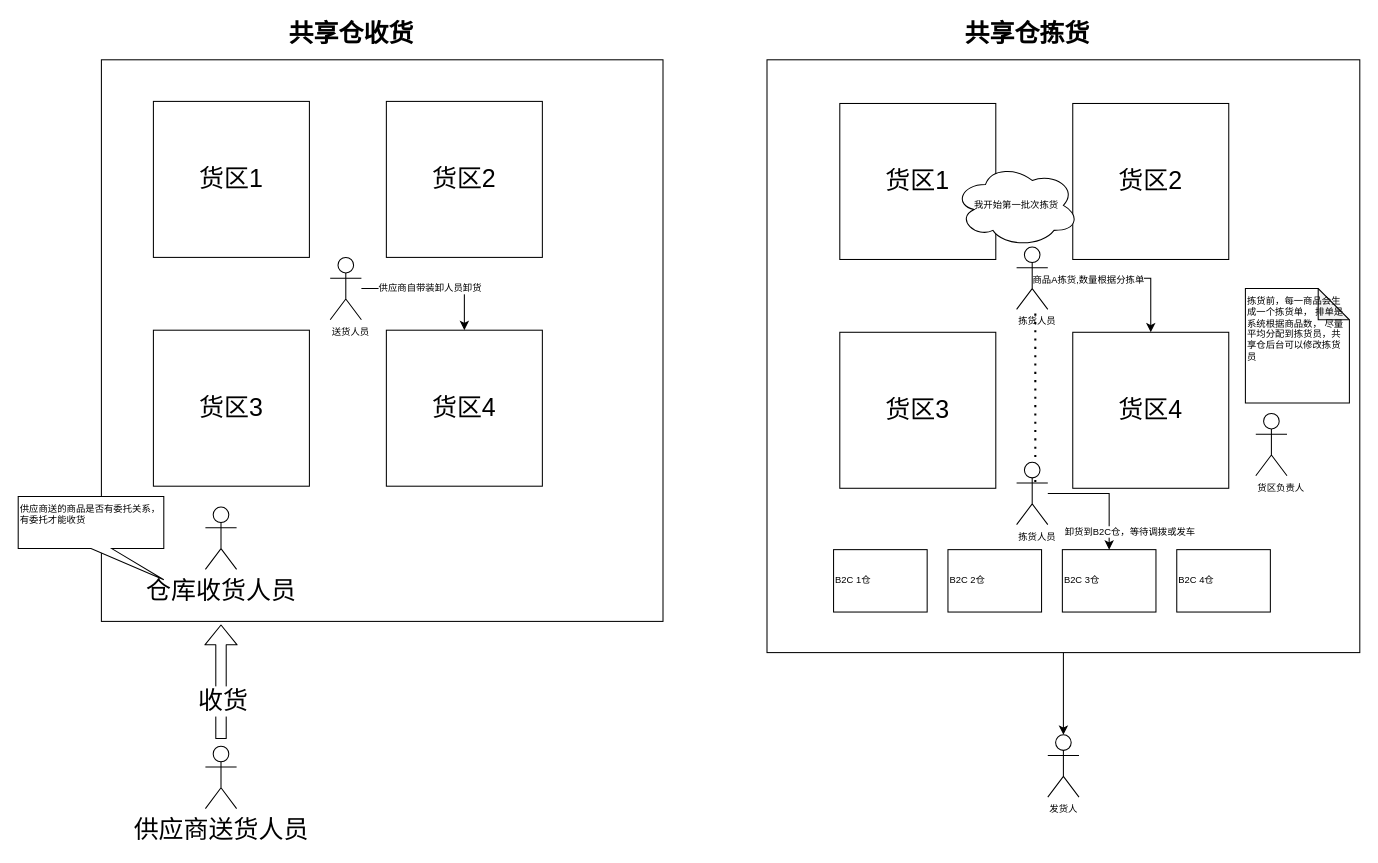
This is 共享仓.drawio from frakaka/mybatis-3, a draw.io file, before an edit. Source tidied: cells renumbered, new cells numbered last; positions are measured from the earlier drawing's top-left corner, leaving out a move shared by most shapes. Both pictures are drawn from the tidied source at 104%, with x=0, y=0 at pixel (18, 18).
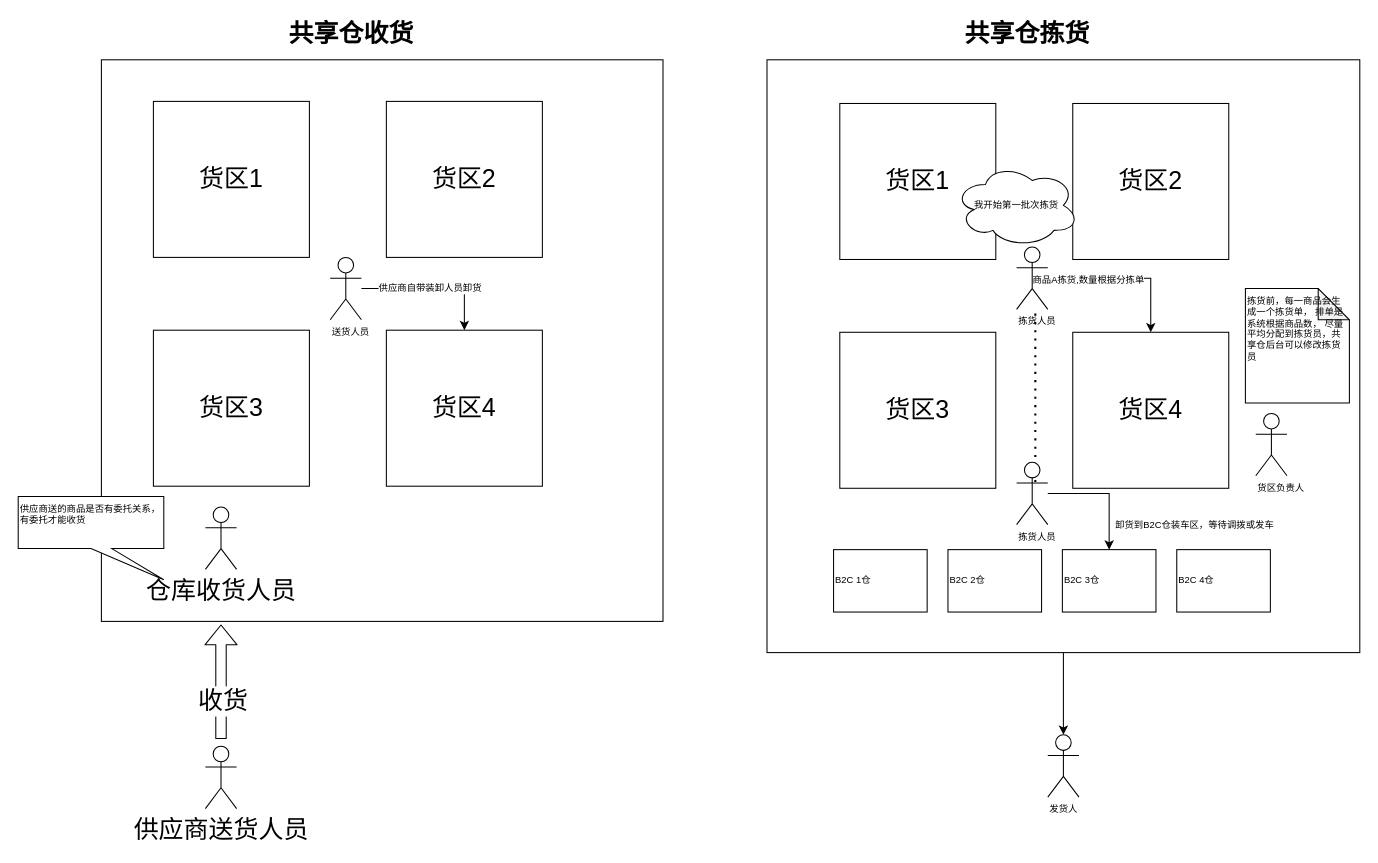
After the change.

Unchanged cells that the change refers to:
```xml
<mxCell id="34" style="edgeStyle=orthogonalEdgeStyle;rounded=0;jettySize=auto;html=1;fontSize=9;" parent="1" edge="1" source="36" target="25">
  <mxGeometry relative="1" as="geometry" />
</mxCell>
```

Diff of the diagram source:
```diff
@@
-    <mxCell id="35" value="卸货到B2C仓，等待调拨或发车" style="edgeLabel;html=1;align=center;verticalAlign=middle;fontSize=9;" parent="34" vertex="1">
+    <mxCell id="35" value="卸货到B2C仓装车区，等待调拨或发车" style="edgeLabel;html=1;align=center;verticalAlign=middle;fontSize=9;" parent="34" vertex="1">
       <mxGeometry x="0.03" y="-18" relative="1" as="geometry">
-        <mxPoint x="20" y="18" as="offset" />
+        <mxPoint x="82" y="12" as="offset" />
       </mxGeometry>
     </mxCell>
```
